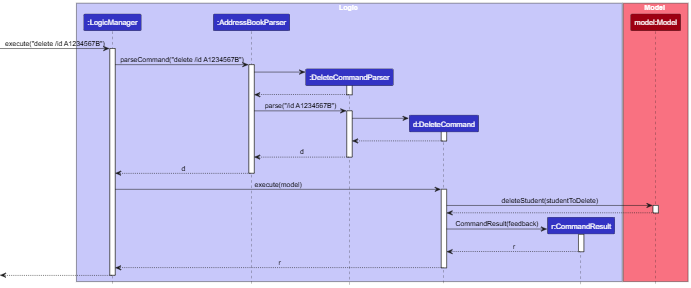
Before: docs/images/DeleteSequenceDiagram.png, a diagram exported from PlantUML (AY2627S1-CS2103-F11-1/tp). Its source is kept beside it as docs/diagrams/DeleteSequenceDiagram.puml.
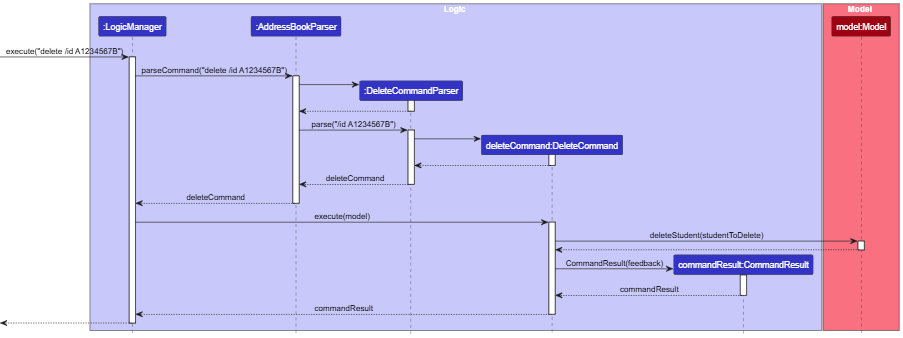
After the commit.

Commit message:
Fix delete sequence diagram

Diff of the diagram source:
```diff
@@ -6,8 +6,8 @@
 participant ":LogicManager" as LogicManager LOGIC_COLOR
 participant ":AddressBookParser" as AddressBookParser LOGIC_COLOR
 participant ":DeleteCommandParser" as DeleteCommandParser LOGIC_COLOR
-participant "d:DeleteCommand" as DeleteCommand LOGIC_COLOR
-participant "r:CommandResult" as CommandResult LOGIC_COLOR
+participant "deleteCommand:DeleteCommand" as DeleteCommand LOGIC_COLOR
+participant "commandResult:CommandResult" as CommandResult LOGIC_COLOR
 end box
 
 box Model MODEL_COLOR_T1
@@ -35,10 +35,10 @@
 DeleteCommand --> DeleteCommandParser
 deactivate DeleteCommand
 
-DeleteCommandParser --> AddressBookParser : d
+DeleteCommandParser --> AddressBookParser : deleteCommand
 deactivate DeleteCommandParser
 
-AddressBookParser --> LogicManager : d
+AddressBookParser --> LogicManager : deleteCommand
 deactivate AddressBookParser
 
 LogicManager -> DeleteCommand : execute(model)
@@ -53,10 +53,10 @@
 create CommandResult
 DeleteCommand -> CommandResult : CommandResult(feedback)
 activate CommandResult
-CommandResult --> DeleteCommand : r
+CommandResult --> DeleteCommand : commandResult
 deactivate CommandResult
 
-DeleteCommand --> LogicManager : r
+DeleteCommand --> LogicManager : commandResult
 deactivate DeleteCommand
 
 [<-- LogicManager
```
